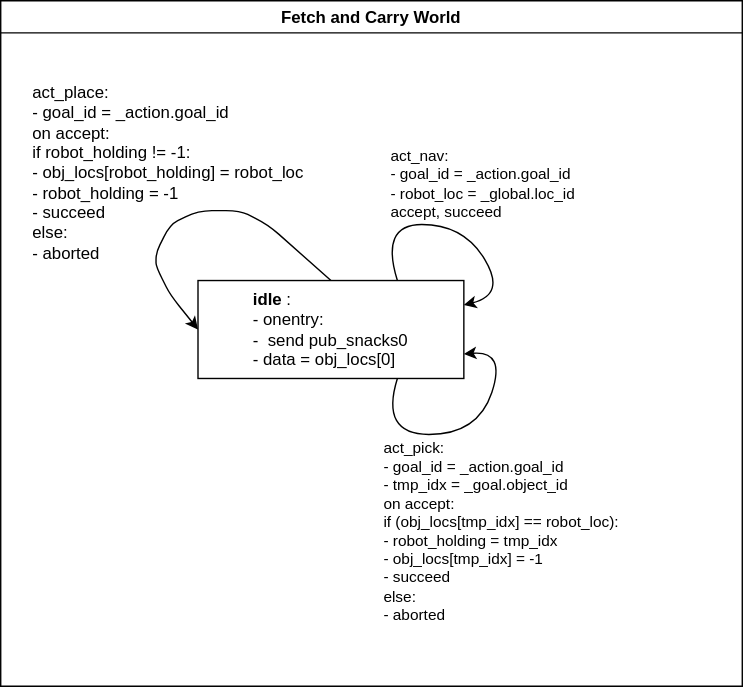
Earlier version of the draw.io export docs/source/graphics/scxml_tutorial_ros_fetch_and_carry_world.drawio.svg (convince-project/AS2FM). Source tidied: cells renumbered, new cells last; positions are measured from the earlier drawing's top-left corner, leaving out a move shared by most shapes.
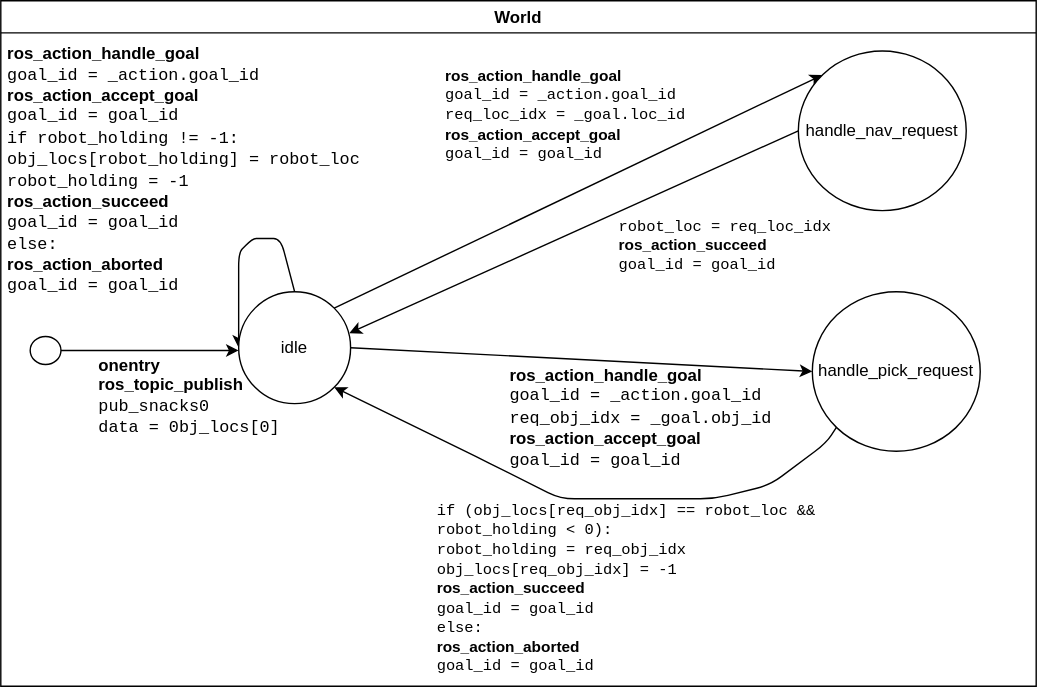
The same file after the commit.

Commit message:
rework tutorial

The edit, as a diff of the source:
```diff
@@ -2,45 +2,80 @@
   <root>
     <mxCell id="0" />
     <mxCell id="1" parent="0" />
-    <mxCell id="2" value="Fetch and Carry World" style="swimlane;" parent="1" vertex="1">
-      <mxGeometry width="530" height="490" as="geometry" />
-    </mxCell>
-    <mxCell id="3" value="&lt;div style=&quot;text-align: left;&quot;&gt;&lt;span style=&quot;background-color: initial;&quot;&gt;&lt;b&gt;idle&lt;/b&gt;:&lt;/span&gt;&lt;/div&gt;&lt;div style=&quot;text-align: left;&quot;&gt;&lt;span style=&quot;background-color: initial;&quot;&gt;- onentry:&lt;/span&gt;&lt;/div&gt;&lt;div style=&quot;text-align: left;&quot;&gt;&lt;span style=&quot;background-color: initial;&quot;&gt;&amp;nbsp; -&amp;nbsp; send pub_snacks0&lt;/span&gt;&lt;/div&gt;&lt;div style=&quot;text-align: left;&quot;&gt;&lt;span style=&quot;background-color: initial;&quot;&gt;&amp;nbsp; &amp;nbsp; - data = obj_locs[0]&lt;/span&gt;&lt;/div&gt;" style="rounded=0;whiteSpace=wrap;html=1;" parent="2" vertex="1">
-      <mxGeometry x="141" y="200" width="190" height="70" as="geometry" />
-    </mxCell>
-    <mxCell id="4" value="act_nav:&lt;br&gt;- goal_id = _action.goal_id&lt;br&gt;&lt;div style=&quot;&quot;&gt;&lt;/div&gt;&lt;div style=&quot;&quot;&gt;- robot_loc = _global.loc_id&lt;br&gt;accept, succeed&lt;/div&gt;" style="edgeStyle=none;html=1;exitX=0.75;exitY=0;exitDx=0;exitDy=0;entryX=1;entryY=0.25;entryDx=0;entryDy=0;curved=1;align=left;verticalAlign=bottom;" parent="2" edge="1" source="3" target="3">
-      <mxGeometry x="-0.5" relative="1" as="geometry">
-        <Array as="points">
-          <mxPoint x="271" y="160" />
-          <mxPoint x="331" y="160" />
-          <mxPoint x="361" y="210" />
-        </Array>
-      </mxGeometry>
-    </mxCell>
-    <mxCell id="5" value="act_pick:&lt;br&gt;- goal_id = _action.goal_id&lt;br&gt;- tmp_idx = _goal.object_id&lt;br&gt;on accept:&lt;br&gt;if (obj_locs[tmp_idx] == robot_loc):&lt;br&gt;- robot_holding = tmp_idx&lt;br&gt;- obj_locs[tmp_idx] = -1&amp;nbsp;&lt;br&gt;- succeed&lt;br&gt;else:&lt;br&gt;- aborted" style="edgeStyle=none;curved=1;html=1;exitX=0.75;exitY=1;exitDx=0;exitDy=0;entryX=1;entryY=0.75;entryDx=0;entryDy=0;align=left;verticalAlign=top;labelBackgroundColor=none;" parent="2" edge="1" source="3" target="3">
-      <mxGeometry x="-0.62" relative="1" as="geometry">
-        <Array as="points">
-          <mxPoint x="271" y="310" />
-          <mxPoint x="341" y="310" />
-          <mxPoint x="361" y="250" />
-        </Array>
-      </mxGeometry>
-    </mxCell>
-    <mxCell id="6" style="edgeStyle=none;html=1;entryX=0;entryY=0.5;entryDx=0;entryDy=0;exitX=0.5;exitY=0;exitDx=0;exitDy=0;" parent="2" edge="1" source="3" target="3">
-      <mxGeometry relative="1" as="geometry">
-        <Array as="points">
-          <mxPoint x="191" y="160" />
-          <mxPoint x="171" y="150" />
-          <mxPoint x="141" y="150" />
-          <mxPoint x="121" y="160" />
-          <mxPoint x="111" y="180" />
-          <mxPoint x="111" y="190" />
-          <mxPoint x="121" y="210" />
-        </Array>
-      </mxGeometry>
-    </mxCell>
-    <mxCell id="7" value="act_place:&lt;br&gt;- goal_id = _action.goal_id&lt;br&gt;on accept:&lt;br&gt;if robot_holding != -1:&lt;br&gt;- obj_locs[robot_holding] = robot_loc&lt;br&gt;- robot_holding = -1&lt;br&gt;- succeed&lt;br&gt;else:&lt;br&gt;- aborted" style="text;strokeColor=none;align=left;fillColor=none;html=1;verticalAlign=middle;whiteSpace=wrap;rounded=0;" parent="2" vertex="1">
-      <mxGeometry x="21" y="68" width="260" height="110" as="geometry" />
+    <mxCell id="7" style="edgeStyle=none;html=1;" parent="1" edge="1">
+      <mxGeometry relative="1" as="geometry">
+        <mxPoint x="180" y="250" as="sourcePoint" />
+        <mxPoint x="180" y="250" as="targetPoint" />
+      </mxGeometry>
     </mxCell>
+    <mxCell id="8" value="World" style="swimlane;" parent="1" vertex="1">
+      <mxGeometry y="20" width="740" height="490" as="geometry" />
+    </mxCell>
+    <mxCell id="9" style="edgeStyle=none;html=1;exitX=1;exitY=0.5;exitDx=0;exitDy=0;entryX=0;entryY=0.5;entryDx=0;entryDy=0;fontFamily=Helvetica;fontSize=11;fontColor=default;" parent="8" edge="1" source="18" target="20">
+      <mxGeometry relative="1" as="geometry" />
+    </mxCell>
+    <mxCell id="10" style="edgeStyle=none;html=1;entryX=0;entryY=0.5;entryDx=0;entryDy=0;exitX=0.5;exitY=0;exitDx=0;exitDy=0;" parent="8" edge="1" source="18" target="18">
+      <mxGeometry relative="1" as="geometry">
+        <Array as="points">
+          <mxPoint x="200" y="170" />
+          <mxPoint x="190" y="170" />
+          <mxPoint x="180" y="170" />
+          <mxPoint x="170" y="180" />
+        </Array>
+      </mxGeometry>
+    </mxCell>
+    <mxCell id="11" value="&lt;b&gt;ros_action_handle_goal&lt;/b&gt;&lt;br&gt;&lt;font face=&quot;Courier New&quot;&gt;&amp;nbsp; goal_id = _action.goal_id&lt;/font&gt;&lt;br&gt;&amp;nbsp; &lt;b&gt;ros_action_accept_goal&lt;/b&gt;&lt;br&gt;&lt;font face=&quot;Courier New&quot;&gt;&amp;nbsp; &amp;nbsp; goal_id = goal_id&lt;br&gt;&amp;nbsp; &amp;nbsp; if robot_holding != -1:&lt;br&gt;&amp;nbsp; &amp;nbsp; &amp;nbsp; obj_locs[robot_holding] = robot_loc&lt;br&gt;&amp;nbsp; &amp;nbsp; &amp;nbsp; robot_holding = -1&lt;/font&gt;&lt;br&gt;&amp;nbsp; &amp;nbsp; &amp;nbsp; &amp;nbsp; &amp;nbsp;&lt;b&gt;ros_action_succeed&lt;/b&gt;&lt;br&gt;&lt;font face=&quot;Courier New&quot;&gt;&amp;nbsp; &amp;nbsp; &amp;nbsp; &amp;nbsp; goal_id = goal_id&lt;br&gt;&amp;nbsp; &amp;nbsp; else:&lt;/font&gt;&lt;br&gt;&amp;nbsp; &amp;nbsp; &amp;nbsp; &lt;b&gt;ros_action_aborted&lt;/b&gt;&lt;br&gt;&amp;nbsp; &amp;nbsp; &amp;nbsp;&lt;font face=&quot;Courier New&quot;&gt; &amp;nbsp; goal_id = goal_id&lt;/font&gt;" style="text;strokeColor=none;align=left;fillColor=none;html=1;verticalAlign=middle;whiteSpace=wrap;rounded=0;" parent="8" vertex="1">
+      <mxGeometry x="3" y="66" width="299" height="110" as="geometry" />
+    </mxCell>
+    <mxCell id="12" style="edgeStyle=none;html=1;exitX=0;exitY=0.5;exitDx=0;exitDy=0;entryX=0.989;entryY=0.37;entryDx=0;entryDy=0;fontFamily=Helvetica;fontSize=11;fontColor=default;entryPerimeter=0;" parent="8" edge="1" source="19" target="18">
+      <mxGeometry relative="1" as="geometry" />
+    </mxCell>
+    <mxCell id="13" style="edgeStyle=none;html=1;exitX=0;exitY=1;exitDx=0;exitDy=0;entryX=1;entryY=1;entryDx=0;entryDy=0;fontFamily=Helvetica;fontSize=11;fontColor=default;" parent="8" edge="1" source="20" target="18">
+      <mxGeometry relative="1" as="geometry">
+        <Array as="points">
+          <mxPoint x="590" y="316" />
+          <mxPoint x="550" y="346" />
+          <mxPoint x="510" y="356" />
+          <mxPoint x="450" y="356" />
+          <mxPoint x="400" y="356" />
+          <mxPoint x="340" y="326" />
+        </Array>
+      </mxGeometry>
+    </mxCell>
+    <mxCell id="14" value="&lt;div style=&quot;font-size: 12px;&quot;&gt;&lt;span style=&quot;background-color: initial;&quot;&gt;&lt;b&gt;ros_action_handle_goal&lt;/b&gt;&lt;/span&gt;&lt;/div&gt;&lt;div style=&quot;font-size: 12px;&quot;&gt;&lt;span style=&quot;background-color: initial;&quot;&gt;&lt;font face=&quot;Courier New&quot;&gt;&amp;nbsp; goal_id = _action.goal_id&lt;/font&gt;&lt;/span&gt;&lt;/div&gt;&lt;div style=&quot;font-size: 12px;&quot;&gt;&lt;span style=&quot;background-color: initial;&quot;&gt;&lt;font face=&quot;Courier New&quot;&gt;&amp;nbsp; req_obj_idx = _goal.obj_id&lt;/font&gt;&lt;/span&gt;&lt;/div&gt;&lt;div style=&quot;font-size: 12px;&quot;&gt;&lt;span style=&quot;background-color: initial;&quot;&gt;&lt;b&gt;&amp;nbsp; &amp;nbsp; ros_action_accept_goal&lt;/b&gt;&lt;/span&gt;&lt;/div&gt;&lt;div style=&quot;font-size: 12px;&quot;&gt;&lt;span style=&quot;background-color: initial;&quot;&gt;&lt;font face=&quot;Courier New&quot;&gt;&amp;nbsp; &amp;nbsp; goal_id = goal_id&lt;/font&gt;&lt;/span&gt;&lt;/div&gt;" style="text;strokeColor=none;align=left;fillColor=none;html=1;verticalAlign=middle;whiteSpace=wrap;rounded=0;fontFamily=Helvetica;fontSize=11;fontColor=default;" parent="8" vertex="1">
+      <mxGeometry x="362" y="268" width="227" height="60" as="geometry" />
+    </mxCell>
+    <mxCell id="15" value="&lt;font face=&quot;Courier New&quot;&gt;robot_loc = req_loc_idx&lt;/font&gt;&lt;br&gt;&lt;b&gt;ros_action_succeed&amp;nbsp;&lt;/b&gt;&lt;br&gt;&lt;font face=&quot;Courier New&quot;&gt;&amp;nbsp; goal_id = goal_id&lt;/font&gt;" style="text;strokeColor=none;align=left;fillColor=none;html=1;verticalAlign=middle;whiteSpace=wrap;rounded=0;fontFamily=Helvetica;fontSize=11;fontColor=default;" parent="8" vertex="1">
+      <mxGeometry x="440" y="160" width="190" height="30" as="geometry" />
+    </mxCell>
+    <mxCell id="16" style="edgeStyle=none;html=1;exitX=1;exitY=0;exitDx=0;exitDy=0;fontFamily=Helvetica;fontSize=11;fontColor=default;entryX=0;entryY=0;entryDx=0;entryDy=0;" parent="8" edge="1" source="18" target="19">
+      <mxGeometry relative="1" as="geometry" />
+    </mxCell>
+    <mxCell id="17" value="&lt;font style=&quot;&quot;&gt;&lt;b&gt;ros_action_handle_goal&lt;/b&gt;&lt;br&gt;&lt;font face=&quot;Courier New&quot;&gt;&amp;nbsp; goal_id = _action.goal_id&lt;br&gt;&lt;/font&gt;&lt;/font&gt;&lt;div style=&quot;&quot;&gt;&lt;/div&gt;&lt;div style=&quot;&quot;&gt;&lt;font face=&quot;Courier New&quot;&gt;&amp;nbsp; req_loc_idx = _goal.loc_id&lt;/font&gt;&lt;br&gt;&lt;b&gt;ros_action_accept_goal&lt;/b&gt;&lt;/div&gt;&lt;div style=&quot;&quot;&gt;&lt;font face=&quot;Courier New&quot;&gt;&amp;nbsp; goal_id = goal_id&lt;/font&gt;&lt;/div&gt;" style="text;strokeColor=none;align=left;fillColor=none;html=1;verticalAlign=middle;whiteSpace=wrap;rounded=0;fontFamily=Helvetica;fontSize=11;fontColor=default;" parent="8" vertex="1">
+      <mxGeometry x="316" y="67" width="210" height="30" as="geometry" />
+    </mxCell>
+    <mxCell id="18" value="idle" style="ellipse;whiteSpace=wrap;html=1;" parent="8" vertex="1">
+      <mxGeometry x="170" y="208" width="80" height="80" as="geometry" />
+    </mxCell>
+    <mxCell id="19" value="handle_nav_request" style="ellipse;whiteSpace=wrap;html=1;" parent="8" vertex="1">
+      <mxGeometry x="570" y="36" width="120" height="114" as="geometry" />
+    </mxCell>
+    <mxCell id="20" value="handle_pick_request" style="ellipse;whiteSpace=wrap;html=1;" parent="8" vertex="1">
+      <mxGeometry x="580" y="208" width="120" height="114" as="geometry" />
+    </mxCell>
+    <mxCell id="21" style="edgeStyle=none;html=1;exitX=1;exitY=0.5;exitDx=0;exitDy=0;entryX=0;entryY=0.5;entryDx=0;entryDy=0;" parent="8" edge="1" source="22">
+      <mxGeometry relative="1" as="geometry">
+        <mxPoint x="170" y="250" as="targetPoint" />
+      </mxGeometry>
+    </mxCell>
+    <mxCell id="22" style="ellipse;whiteSpace=wrap;html=1;shadow=0;" parent="8" vertex="1">
+      <mxGeometry x="21" y="240" width="22" height="20" as="geometry" />
+    </mxCell>
+    <mxCell id="23" value="&lt;div style=&quot;text-align: left;&quot;&gt;&lt;span style=&quot;background-color: initial;&quot;&gt;&lt;b&gt;onentry&lt;/b&gt;&lt;/span&gt;&lt;/div&gt;&lt;div style=&quot;text-align: left;&quot;&gt;&lt;span style=&quot;background-color: initial;&quot;&gt;&amp;nbsp;&lt;b&gt; ros_topic_publish&lt;/b&gt;&lt;/span&gt;&lt;/div&gt;&lt;div style=&quot;text-align: left;&quot;&gt;&lt;span style=&quot;background-color: initial;&quot;&gt;&lt;font face=&quot;Courier New&quot;&gt;&amp;nbsp; &amp;nbsp; pub_snacks0&lt;/font&gt;&lt;/span&gt;&lt;/div&gt;&lt;div style=&quot;text-align: left;&quot;&gt;&lt;span style=&quot;background-color: initial;&quot;&gt;&lt;font face=&quot;Courier New&quot;&gt;&amp;nbsp; &amp;nbsp; data = 0bj_locs[0]&lt;/font&gt;&lt;/span&gt;&lt;/div&gt;" style="text;strokeColor=none;align=center;fillColor=none;html=1;verticalAlign=middle;whiteSpace=wrap;rounded=0;" parent="8" vertex="1">
+      <mxGeometry x="40" y="268" width="190" height="30" as="geometry" />
+    </mxCell>
+    <mxCell id="24" value="&lt;font face=&quot;Courier New&quot;&gt;if (obj_locs[req_obj_idx] == robot_loc &amp;amp;&amp;amp; robot_holding &amp;lt; 0):&lt;br&gt;&amp;nbsp; robot_holding = req_obj_idx&lt;br&gt;&amp;nbsp; obj_locs[req_obj_idx] = -1&amp;nbsp;&lt;/font&gt;&lt;br&gt;&amp;nbsp; &lt;b&gt;ros_action_succeed&lt;/b&gt;&lt;br&gt;&lt;font face=&quot;Courier New&quot;&gt;&amp;nbsp; &amp;nbsp; goal_id = goal_id&lt;br&gt;else:&lt;/font&gt;&lt;br&gt;&amp;nbsp; &lt;b&gt;ros_action_aborted&lt;/b&gt;&lt;br&gt;&lt;font face=&quot;Courier New&quot;&gt;&amp;nbsp; &amp;nbsp; goal_id = goal_id&lt;/font&gt;" style="text;strokeColor=none;align=left;fillColor=none;html=1;verticalAlign=middle;whiteSpace=wrap;rounded=0;fontFamily=Helvetica;fontSize=11;fontColor=default;" parent="8" vertex="1">
+      <mxGeometry x="310" y="360" width="330" height="120" as="geometry" />
+    </mxCell>
   </root>
 </mxGraphModel>
```
